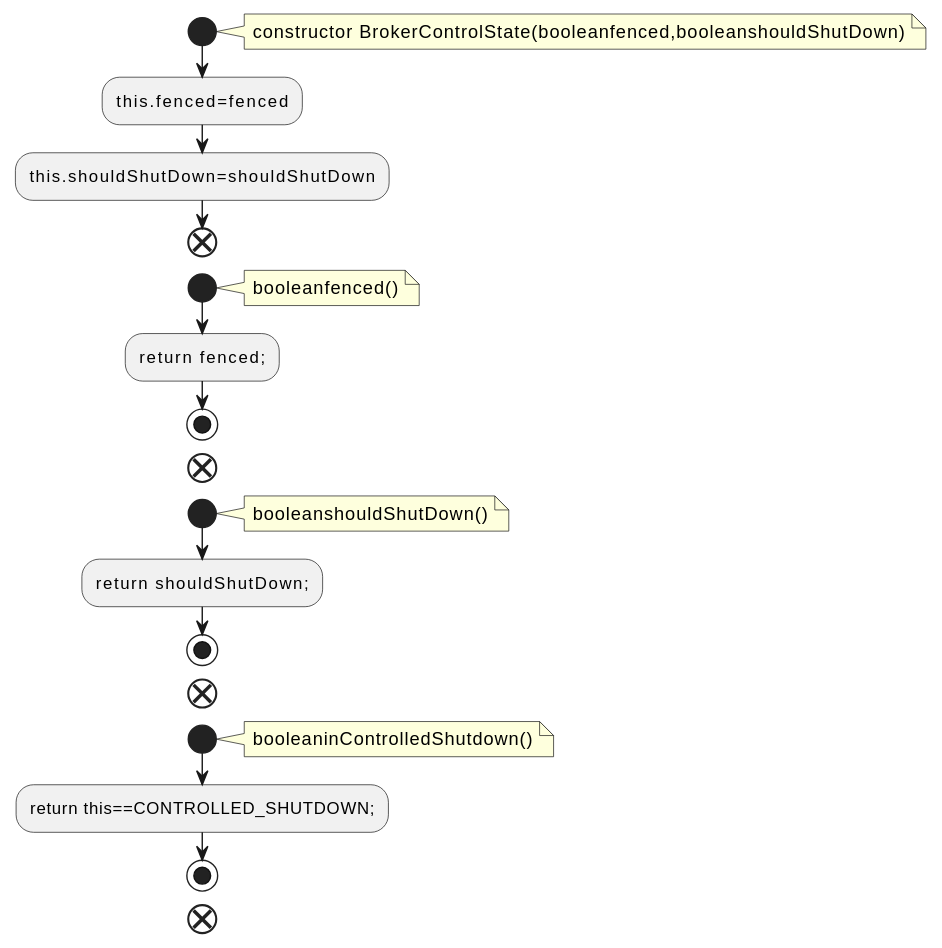
Before: docs/qc/metadata/src/main/java/org/apache/kafka/controller/BrokerControlState.java.fct.svg, a diagram exported from PlantUML (qualitesys/kafka). Its diagram source:
```plantuml
@startuml
!pragma layout smetana
start
note right
constructor BrokerControlState(booleanfenced,booleanshouldShutDown)
end note
:this.fenced=fenced;
:this.shouldShutDown=shouldShutDown;
end
start
note right
booleanfenced()
end note
:return fenced;;
stop
end
start
note right
booleanshouldShutDown()
end note
:return shouldShutDown;;
stop
end
start
note right
booleaninControlledShutdown()
end note
:return this==CONTROLLED_SHUTDOWN;;
stop
end
@enduml
```
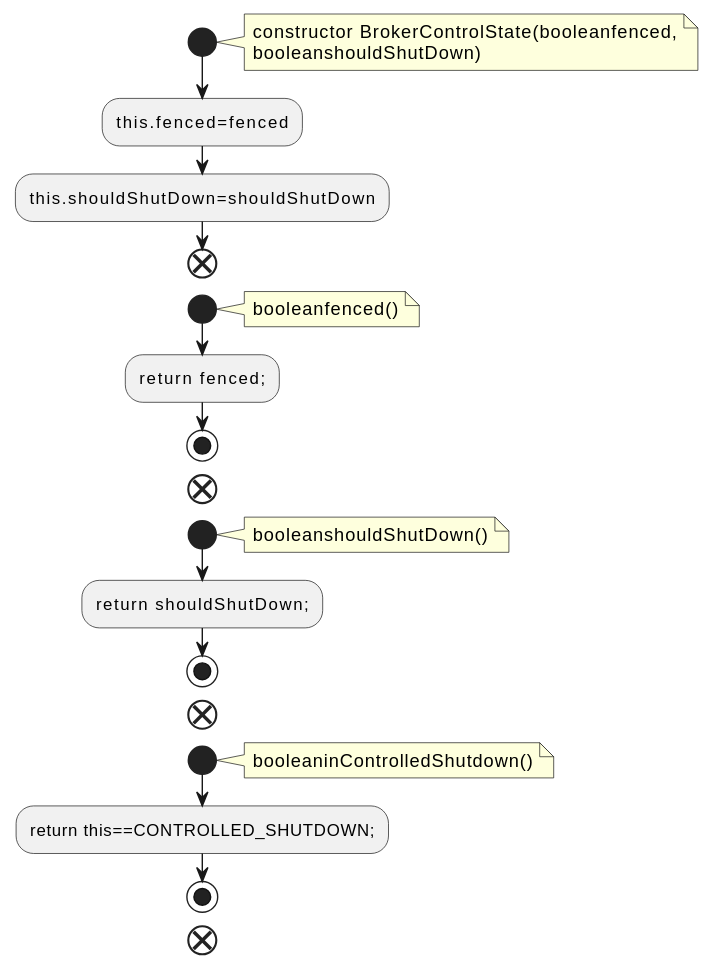
Above is the later version.

What changed in the source:
```diff
@@ -2,7 +2,8 @@
 !pragma layout smetana
 start
 note right
-constructor BrokerControlState(booleanfenced,booleanshouldShutDown)
+constructor BrokerControlState(booleanfenced,
+booleanshouldShutDown)
 end note
 :this.fenced=fenced;
 :this.shouldShutDown=shouldShutDown;
```
